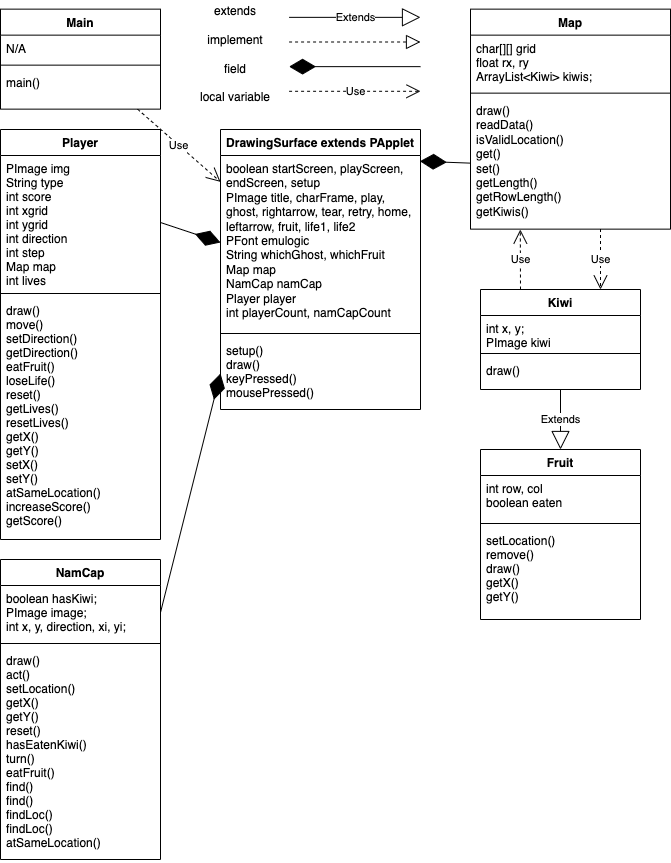
Earlier version of the draw.io export CapstoneProject/doc/UML.png (HHSAPCompSci2021/capstoneproject-capstone-desiree-brianna-jenna-idk). Source tidied: cells renumbered, new cells last; positions are measured from the earlier drawing's top-left corner, leaving out a move shared by most shapes.
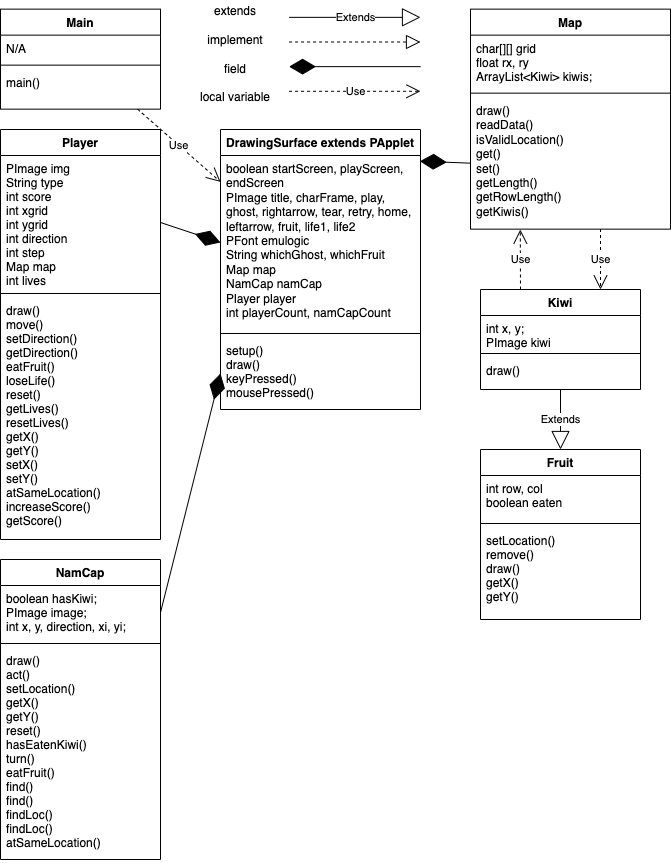
After the change.

Diff of the diagram source:
```diff
@@ -5,7 +5,7 @@
     <mxCell id="2" value="DrawingSurface extends PApplet&#10;" style="swimlane;fontStyle=1;align=center;verticalAlign=top;horizontal=1;startSize=26;" parent="1" vertex="1">
       <mxGeometry x="220" y="120" width="200" height="280" as="geometry" />
     </mxCell>
-    <mxCell id="3" value="boolean startScreen, playScreen, endScreen, setup&#10;PImage title, charFrame, play, ghost, rightarrow, tear, retry, home, leftarrow, fruit, life1, life2&#10;PFont emulogic&#10;String whichGhost, whichFruit&#10;Map map&#10;NamCap namCap&#10;Player player&#10;int playerCount, namCapCount" style="text;strokeColor=none;fillColor=none;align=left;verticalAlign=top;spacingLeft=4;spacingRight=4;overflow=hidden;points=[[0,0.5],[1,0.5]];portConstraint=eastwest;whiteSpace=wrap;" parent="2" vertex="1">
+    <mxCell id="3" value="boolean startScreen, playScreen, endScreen&#10;PImage title, charFrame, play, ghost, rightarrow, tear, retry, home, leftarrow, fruit, life1, life2&#10;PFont emulogic&#10;String whichGhost, whichFruit&#10;Map map&#10;NamCap namCap&#10;Player player&#10;int playerCount, namCapCount" style="text;strokeColor=none;fillColor=none;align=left;verticalAlign=top;spacingLeft=4;spacingRight=4;overflow=hidden;points=[[0,0.5],[1,0.5]];portConstraint=eastwest;whiteSpace=wrap;" parent="2" vertex="1">
       <mxGeometry y="26" width="200" height="174" as="geometry" />
     </mxCell>
     <mxCell id="4" style="line;strokeWidth=1;fillColor=none;align=left;verticalAlign=middle;spacingTop=-1;spacingLeft=3;spacingRight=3;labelPosition=right;" parent="2" vertex="1">
```
